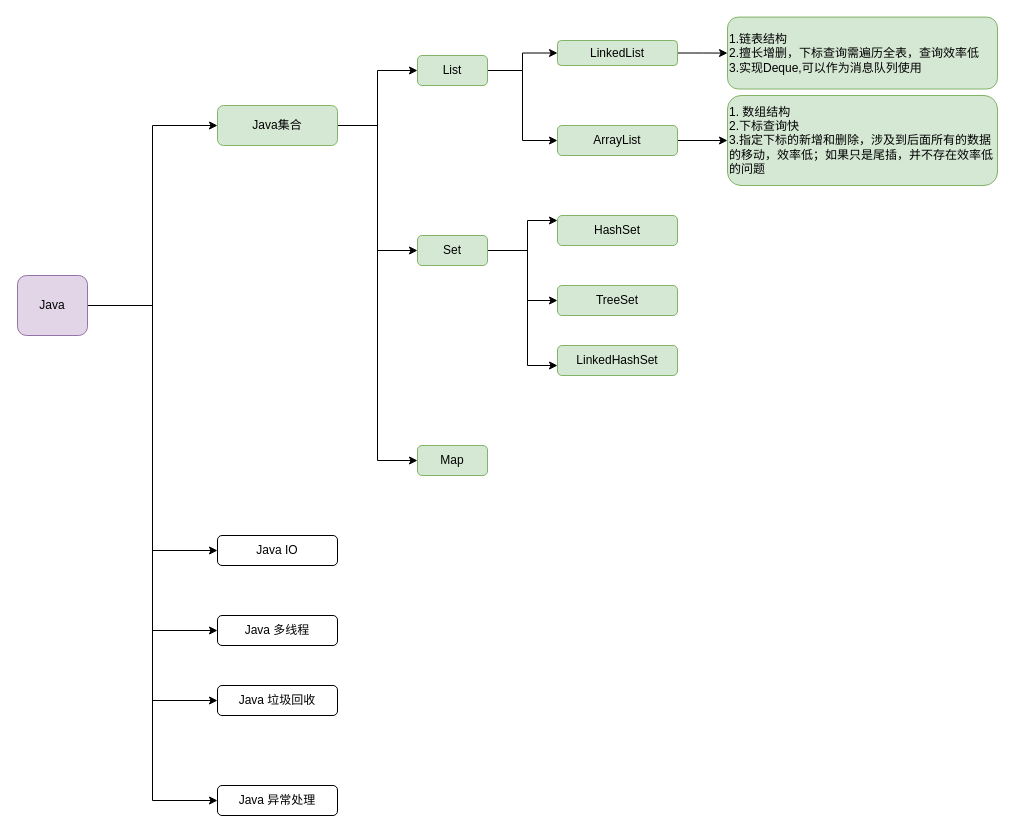
youhegaojian/platform keeps this draw.io diagram as Untitled Diagram.drawio. Above is the earlier version. Source tidied: cells renumbered, new cells numbered last; positions are measured from the earlier drawing's top-left corner, leaving out a move shared by most shapes. Both pictures are drawn from the tidied source at 100%, with x=0, y=0 at pixel (17, 17).
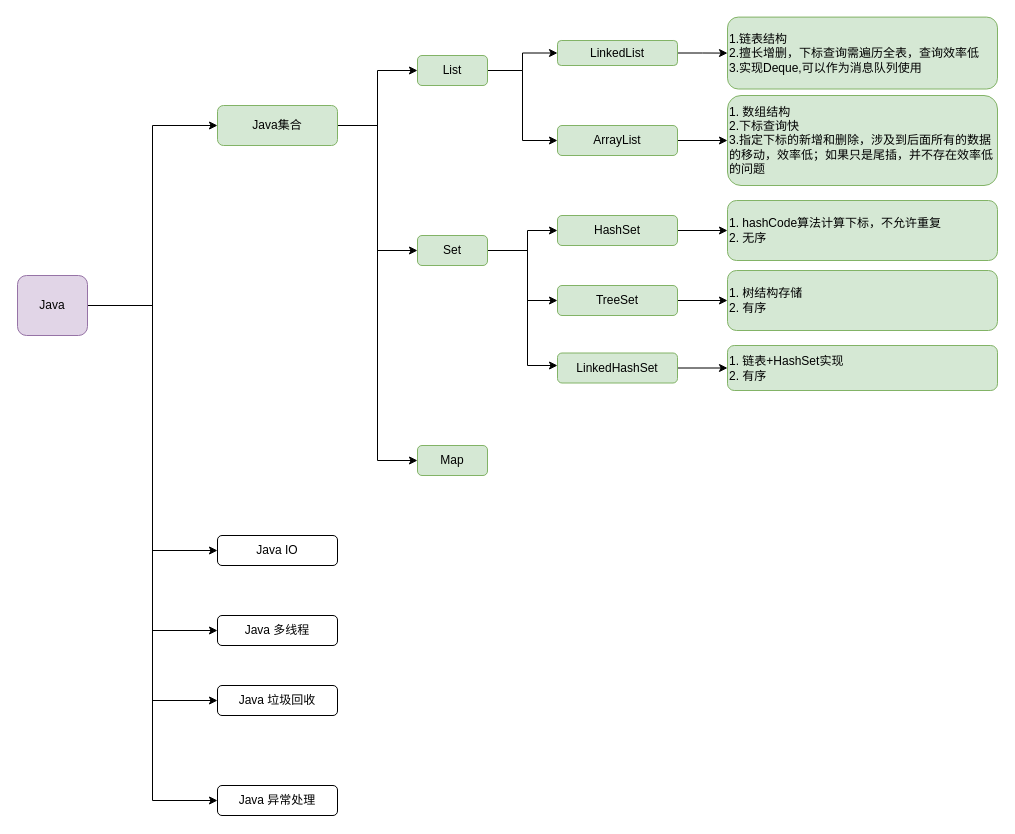
The same diagram, later.

The change refers to these unchanged cells:
```xml
<mxCell id="22" value="Set" style="whiteSpace=wrap;html=1;rounded=1;fillColor=#d5e8d4;strokeColor=#82b366;" parent="1" vertex="1">
  <mxGeometry x="400" y="218" width="70" height="30" as="geometry" />
</mxCell>
<mxCell id="30" value="HashSet" style="whiteSpace=wrap;html=1;fillColor=#d5e8d4;strokeColor=#82b366;rounded=1;" parent="1" vertex="1">
  <mxGeometry x="540" y="198" width="120" height="30" as="geometry" />
</mxCell>
<mxCell id="31" value="TreeSet" style="whiteSpace=wrap;html=1;fillColor=#d5e8d4;strokeColor=#82b366;rounded=1;" parent="1" vertex="1">
  <mxGeometry x="540" y="268" width="120" height="30" as="geometry" />
</mxCell>
```

Diff of the diagram source:
```diff
@@
     <mxCell id="19" style="edgeStyle=orthogonalEdgeStyle;rounded=0;jettySize=auto;html=1;" parent="1" edge="1" source="22" target="30">
       <mxGeometry relative="1" as="geometry">
         <Array as="points">
           <mxPoint x="510" y="233" />
-          <mxPoint x="510" y="203" />
+          <mxPoint x="510" y="213" />
         </Array>
       </mxGeometry>
     </mxCell>
@@
+    <mxCell id="33" style="edgeStyle=orthogonalEdgeStyle;rounded=0;jettySize=auto;html=1;" parent="1" edge="1" source="30" target="36">
+      <mxGeometry relative="1" as="geometry" />
+    </mxCell>
@@
+    <mxCell id="34" style="edgeStyle=orthogonalEdgeStyle;rounded=0;jettySize=auto;html=1;" parent="1" edge="1" source="31" target="37">
+      <mxGeometry relative="1" as="geometry" />
+    </mxCell>
@@
+    <mxCell id="35" style="edgeStyle=orthogonalEdgeStyle;rounded=0;jettySize=auto;html=1;" parent="1" edge="1" source="32" target="38">
+      <mxGeometry relative="1" as="geometry" />
+    </mxCell>
     <mxCell id="32" value="LinkedHashSet" style="whiteSpace=wrap;html=1;fillColor=#d5e8d4;strokeColor=#82b366;rounded=1;" parent="1" vertex="1">
-      <mxGeometry x="540" y="328" width="120" height="30" as="geometry" />
+      <mxGeometry x="540" y="335.5" width="120" height="30" as="geometry" />
     </mxCell>
+    <mxCell id="36" value="1. hashCode算法计算下标，不允许重复&lt;br&gt;2. 无序" style="whiteSpace=wrap;html=1;fillColor=#d5e8d4;strokeColor=#82b366;rounded=1;align=left;" parent="1" vertex="1">
+      <mxGeometry x="710" y="183" width="270" height="60" as="geometry" />
+    </mxCell>
+    <mxCell id="37" value="1. 树结构存储&lt;br&gt;&lt;div style=&quot;&quot;&gt;&lt;span&gt;2. 有序&lt;/span&gt;&lt;/div&gt;" style="whiteSpace=wrap;html=1;fillColor=#d5e8d4;strokeColor=#82b366;rounded=1;align=left;" parent="1" vertex="1">
+      <mxGeometry x="710" y="253" width="270" height="60" as="geometry" />
+    </mxCell>
+    <mxCell id="38" value="1. 链表+HashSet实现&lt;br&gt;2. 有序" style="whiteSpace=wrap;html=1;fillColor=#d5e8d4;strokeColor=#82b366;rounded=1;align=left;" parent="1" vertex="1">
+      <mxGeometry x="710" y="328" width="270" height="45" as="geometry" />
+    </mxCell>
```
